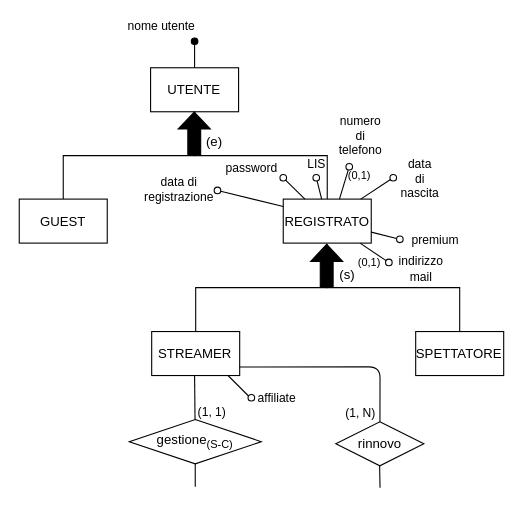
Above: Progetto Esame - DBSperimentazioni A.A. 2023-2024/Diagrammi/generalizzazioni/2.3.2.1_gen_1a_cor.drawio in Mattron2000/Basi_di_dati (draw.io), before the change. Source tidied: cells renumbered, new cells numbered last; positions are measured from the earlier drawing's top-left corner, leaving out a move shared by most shapes. Both pictures are drawn from the tidied source at 110%, with x=0, y=0 at pixel (19, 41).
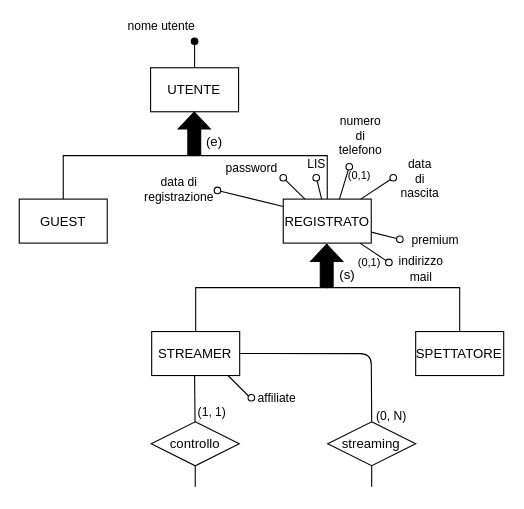
The same page after the edit.

Unchanged cells that the change refers to:
```xml
<mxCell id="23" value="STREAMER" style="whiteSpace=wrap;html=1;" parent="1" vertex="1">
  <mxGeometry x="120.4" y="263.9" width="80" height="40" as="geometry" />
</mxCell>
```

Change to the diagram source:
```diff
@@
-    <mxCell id="29" value="&lt;font style=&quot;font-size: 12px;&quot;&gt;gestione&lt;sub style=&quot;&quot;&gt;(S-C)&lt;/sub&gt;&lt;/font&gt;" style="rhombus;whiteSpace=wrap;html=1;" parent="1" vertex="1">
-      <mxGeometry x="100" y="343.9" width="120" height="40.3" as="geometry" />
+    <mxCell id="29" value="controllo" style="rhombus;whiteSpace=wrap;html=1;" parent="1" vertex="1">
+      <mxGeometry x="120" y="346" width="80" height="40" as="geometry" />
     </mxCell>
@@
-    <mxCell id="38" value="(1, N)" style="edgeLabel;html=1;align=center;verticalAlign=middle;" parent="1" vertex="1">
-      <mxGeometry x="309" y="337.1" as="geometry" />
-    </mxCell>
-    <mxCell id="39" value="rinnovo" style="rhombus;whiteSpace=wrap;html=1;" parent="1" vertex="1">
-      <mxGeometry x="287.8" y="346" width="80" height="40" as="geometry" />
-    </mxCell>
-    <mxCell id="40" style="edgeStyle=none;shape=connector;rounded=1;fillStyle=auto;html=1;labelBackgroundColor=default;strokeColor=default;strokeWidth=1;fontFamily=Helvetica;fontSize=11;fontColor=default;endArrow=none;startSize=6;endSize=6;fillColor=#000000;exitX=0.997;exitY=0.807;exitDx=0;exitDy=0;exitPerimeter=0;" parent="1" edge="1" source="23">
-      <mxGeometry relative="1" as="geometry">
-        <mxPoint x="327.9" y="346" as="targetPoint" />
-        <Array as="points">
-          <mxPoint x="328" y="296" />
-        </Array>
-      </mxGeometry>
-    </mxCell>
-    <mxCell id="41" style="edgeStyle=none;shape=connector;rounded=1;fillStyle=auto;html=1;labelBackgroundColor=default;strokeColor=default;strokeWidth=1;fontFamily=Helvetica;fontSize=11;fontColor=default;endArrow=none;startSize=6;endSize=6;fillColor=#000000;exitX=0.5;exitY=1;exitDx=0;exitDy=0;" parent="1" edge="1">
-      <mxGeometry relative="1" as="geometry">
-        <mxPoint x="327.6" y="386" as="sourcePoint" />
-        <mxPoint x="328" y="406" as="targetPoint" />
-      </mxGeometry>
-    </mxCell>
@@
+    <mxCell id="44" value="(0, N)" style="edgeLabel;html=1;align=center;verticalAlign=middle;fontSize=11;fontFamily=Helvetica;fontColor=default;" parent="1" vertex="1">
+      <mxGeometry x="337.9" y="337.1" as="geometry">
+        <mxPoint y="3" as="offset" />
+      </mxGeometry>
+    </mxCell>
+    <mxCell id="45" value="streaming" style="rhombus;whiteSpace=wrap;html=1;" parent="1" vertex="1">
+      <mxGeometry x="280.4" y="345.9" width="80" height="40" as="geometry" />
+    </mxCell>
+    <mxCell id="46" style="endArrow=none;html=1;entryX=0.5;entryY=1;entryDx=0;entryDy=0;" parent="1" edge="1" target="45">
+      <mxGeometry relative="1" as="geometry">
+        <mxPoint x="320.4" y="404.9" as="sourcePoint" />
+      </mxGeometry>
+    </mxCell>
+    <mxCell id="47" style="endArrow=none;html=1;entryX=1;entryY=0.5;entryDx=0;entryDy=0;exitX=0.5;exitY=0;exitDx=0;exitDy=0;" parent="1" edge="1" source="45" target="23">
+      <mxGeometry relative="1" as="geometry">
+        <Array as="points">
+          <mxPoint x="320" y="284" />
+        </Array>
+      </mxGeometry>
+    </mxCell>
```
